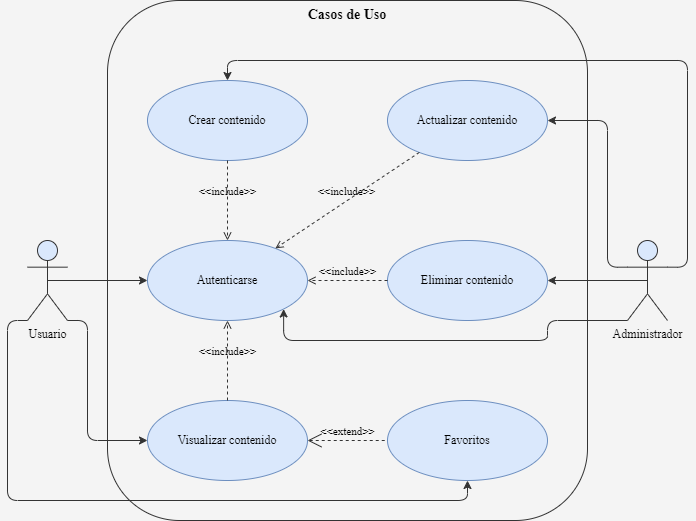
Earlier version of the draw.io export images/casos-de-uso.drawio.png (alexfdb/mythology-explorer). Source tidied: cells renumbered, new cells last; positions are measured from the earlier drawing's top-left corner, leaving out a move shared by most shapes. Source of this version:
```xml
<mxGraphModel background="#F4F4F4">
  <root>
    <mxCell id="0" />
    <mxCell id="1" parent="0" />
    <mxCell id="2" value="Casos de Uso" style="shape=rect;html=1;verticalAlign=top;fontStyle=1;whiteSpace=wrap;align=center;fillColor=none;fontSize=14;fontFamily=Times New Roman;strokeColor=#333333;rounded=1;" parent="1" vertex="1">
      <mxGeometry x="100" width="480" height="520" as="geometry" />
    </mxCell>
    <mxCell id="3" style="edgeStyle=orthogonalEdgeStyle;html=1;exitX=0.5;exitY=0.5;exitDx=0;exitDy=0;exitPerimeter=0;entryX=0;entryY=0.5;entryDx=0;entryDy=0;strokeColor=#333333;" parent="1" edge="1" source="6" target="12">
      <mxGeometry relative="1" as="geometry" />
    </mxCell>
    <mxCell id="4" style="edgeStyle=orthogonalEdgeStyle;html=1;exitX=1;exitY=1;exitDx=0;exitDy=0;exitPerimeter=0;entryX=0;entryY=0.5;entryDx=0;entryDy=0;strokeColor=#333333;" parent="1" edge="1" source="6" target="16">
      <mxGeometry relative="1" as="geometry">
        <Array as="points">
          <mxPoint x="80" y="320" />
          <mxPoint x="80" y="440" />
        </Array>
      </mxGeometry>
    </mxCell>
    <mxCell id="5" style="edgeStyle=orthogonalEdgeStyle;html=1;exitX=0;exitY=1;exitDx=0;exitDy=0;exitPerimeter=0;entryX=0.5;entryY=1;entryDx=0;entryDy=0;strokeColor=#333333;" parent="1" edge="1" source="6" target="17">
      <mxGeometry relative="1" as="geometry">
        <Array as="points">
          <mxPoint y="320" />
          <mxPoint y="500" />
          <mxPoint x="460" y="500" />
        </Array>
      </mxGeometry>
    </mxCell>
    <mxCell id="6" value="Usuario" style="shape=umlActor;html=1;verticalLabelPosition=bottom;verticalAlign=top;align=center;fontFamily=Times New Roman;fillColor=#dae8fc;strokeColor=#333333;rounded=1;" parent="1" vertex="1">
      <mxGeometry x="20" y="240" width="40" height="80" as="geometry" />
    </mxCell>
    <mxCell id="7" style="edgeStyle=orthogonalEdgeStyle;html=1;exitX=0;exitY=1;exitDx=0;exitDy=0;exitPerimeter=0;entryX=1;entryY=1;entryDx=0;entryDy=0;strokeColor=#333333;" parent="1" edge="1" source="11" target="12">
      <mxGeometry relative="1" as="geometry">
        <Array as="points">
          <mxPoint x="540" y="320" />
          <mxPoint x="540" y="340" />
          <mxPoint x="277" y="340" />
        </Array>
      </mxGeometry>
    </mxCell>
    <mxCell id="8" style="edgeStyle=orthogonalEdgeStyle;html=1;exitX=0.5;exitY=0.5;exitDx=0;exitDy=0;exitPerimeter=0;entryX=1;entryY=0.5;entryDx=0;entryDy=0;strokeColor=#333333;" parent="1" edge="1" source="11" target="14">
      <mxGeometry relative="1" as="geometry" />
    </mxCell>
    <mxCell id="9" style="edgeStyle=orthogonalEdgeStyle;html=1;exitX=0;exitY=0.3333333333333333;exitDx=0;exitDy=0;exitPerimeter=0;entryX=1;entryY=0.5;entryDx=0;entryDy=0;strokeColor=#333333;" parent="1" edge="1" source="11" target="15">
      <mxGeometry relative="1" as="geometry">
        <Array as="points">
          <mxPoint x="600" y="267" />
          <mxPoint x="600" y="120" />
        </Array>
      </mxGeometry>
    </mxCell>
    <mxCell id="10" style="edgeStyle=orthogonalEdgeStyle;html=1;exitX=1;exitY=0.3333333333333333;exitDx=0;exitDy=0;exitPerimeter=0;entryX=0.5;entryY=0;entryDx=0;entryDy=0;strokeColor=#333333;" parent="1" edge="1" source="11" target="13">
      <mxGeometry relative="1" as="geometry">
        <Array as="points">
          <mxPoint x="680" y="267" />
          <mxPoint x="680" y="60" />
          <mxPoint x="220" y="60" />
        </Array>
      </mxGeometry>
    </mxCell>
    <mxCell id="11" value="Administrador" style="shape=umlActor;html=1;verticalLabelPosition=bottom;verticalAlign=top;align=center;fontFamily=Times New Roman;fillColor=#dae8fc;strokeColor=#333333;rounded=1;" parent="1" vertex="1">
      <mxGeometry x="620" y="240" width="40" height="80" as="geometry" />
    </mxCell>
    <mxCell id="12" value="Autenticarse" style="ellipse;whiteSpace=wrap;html=1;fontFamily=Times New Roman;fillColor=#dae8fc;strokeColor=#6c8ebf;rounded=1;" parent="1" vertex="1">
      <mxGeometry x="140" y="240" width="160" height="80" as="geometry" />
    </mxCell>
    <mxCell id="13" value="Crear contenido" style="ellipse;whiteSpace=wrap;html=1;fontFamily=Times New Roman;fillColor=#dae8fc;strokeColor=#6c8ebf;rounded=1;" parent="1" vertex="1">
      <mxGeometry x="140" y="80" width="160" height="80" as="geometry" />
    </mxCell>
    <mxCell id="14" value="Eliminar contenido" style="ellipse;whiteSpace=wrap;html=1;fontFamily=Times New Roman;fillColor=#dae8fc;strokeColor=#6c8ebf;rounded=1;" parent="1" vertex="1">
      <mxGeometry x="380" y="240" width="160" height="80" as="geometry" />
    </mxCell>
    <mxCell id="15" value="Actualizar contenido" style="ellipse;whiteSpace=wrap;html=1;fontFamily=Times New Roman;fillColor=#dae8fc;strokeColor=#6c8ebf;rounded=1;" parent="1" vertex="1">
      <mxGeometry x="380" y="80" width="160" height="80" as="geometry" />
    </mxCell>
    <mxCell id="16" value="Visualizar contenido" style="ellipse;whiteSpace=wrap;html=1;fontFamily=Times New Roman;fillColor=#dae8fc;strokeColor=#6c8ebf;rounded=1;" parent="1" vertex="1">
      <mxGeometry x="140" y="400" width="160" height="80" as="geometry" />
    </mxCell>
    <mxCell id="17" value="Favoritos" style="ellipse;whiteSpace=wrap;html=1;fontFamily=Times New Roman;fillColor=#dae8fc;strokeColor=#6c8ebf;rounded=1;" parent="1" vertex="1">
      <mxGeometry x="380" y="400" width="160" height="80" as="geometry" />
    </mxCell>
    <mxCell id="18" value="&amp;lt;&amp;lt;include&amp;gt;&amp;gt;" style="edgeStyle=none;html=1;endArrow=open;verticalAlign=bottom;dashed=1;labelBackgroundColor=none;fontFamily=Times New Roman;strokeColor=#333333;" parent="1" edge="1" source="13" target="12">
      <mxGeometry relative="1" as="geometry" />
    </mxCell>
    <mxCell id="19" value="&amp;lt;&amp;lt;include&amp;gt;&amp;gt;" style="edgeStyle=none;html=1;endArrow=open;verticalAlign=bottom;dashed=1;labelBackgroundColor=none;fontFamily=Times New Roman;strokeColor=#333333;" parent="1" edge="1" source="15" target="12">
      <mxGeometry relative="1" as="geometry" />
    </mxCell>
    <mxCell id="20" value="&amp;lt;&amp;lt;include&amp;gt;&amp;gt;" style="edgeStyle=none;html=1;endArrow=open;verticalAlign=bottom;dashed=1;labelBackgroundColor=none;fontFamily=Times New Roman;strokeColor=#333333;" parent="1" edge="1" source="14" target="12">
      <mxGeometry relative="1" as="geometry" />
    </mxCell>
    <mxCell id="21" value="&amp;lt;&amp;lt;include&amp;gt;&amp;gt;" style="edgeStyle=none;html=1;endArrow=open;verticalAlign=bottom;dashed=1;labelBackgroundColor=none;fontFamily=Times New Roman;strokeColor=#333333;" parent="1" edge="1" source="16" target="12">
      <mxGeometry relative="1" as="geometry" />
    </mxCell>
    <mxCell id="22" value="&amp;lt;&amp;lt;extend&amp;gt;&amp;gt;" style="edgeStyle=none;html=1;startArrow=open;endArrow=none;startSize=12;verticalAlign=bottom;dashed=1;labelBackgroundColor=none;fontFamily=Times New Roman;strokeColor=#333333;" parent="1" edge="1" source="16" target="17">
      <mxGeometry relative="1" as="geometry" />
    </mxCell>
  </root>
</mxGraphModel>
```
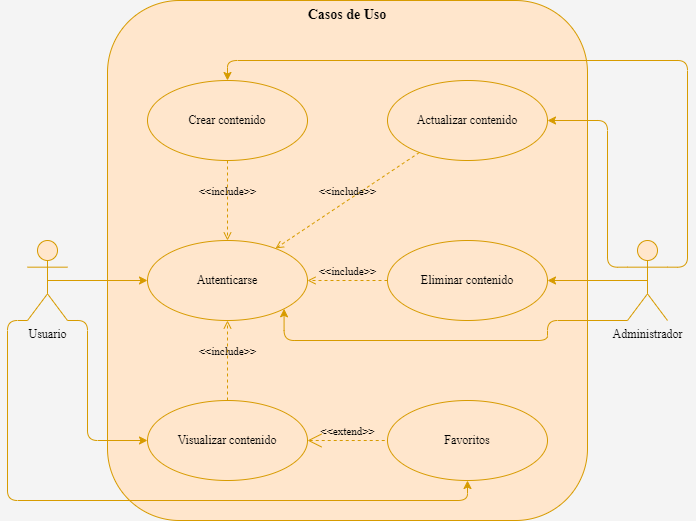
The same file after the commit.

Diff of the diagram source:
```diff
@@ -2,13 +2,13 @@
   <root>
     <mxCell id="0" />
     <mxCell id="1" parent="0" />
-    <mxCell id="2" value="Casos de Uso" style="shape=rect;html=1;verticalAlign=top;fontStyle=1;whiteSpace=wrap;align=center;fillColor=none;fontSize=14;fontFamily=Times New Roman;strokeColor=#333333;rounded=1;" parent="1" vertex="1">
+    <mxCell id="2" value="Casos de Uso" style="shape=rect;html=1;verticalAlign=top;fontStyle=1;whiteSpace=wrap;align=center;fillColor=#ffe6cc;fontSize=14;fontFamily=Times New Roman;strokeColor=#d79b00;rounded=1;" parent="1" vertex="1">
       <mxGeometry x="100" width="480" height="520" as="geometry" />
     </mxCell>
-    <mxCell id="3" style="edgeStyle=orthogonalEdgeStyle;html=1;exitX=0.5;exitY=0.5;exitDx=0;exitDy=0;exitPerimeter=0;entryX=0;entryY=0.5;entryDx=0;entryDy=0;strokeColor=#333333;" parent="1" edge="1" source="6" target="12">
+    <mxCell id="3" style="edgeStyle=orthogonalEdgeStyle;html=1;exitX=0.5;exitY=0.5;exitDx=0;exitDy=0;exitPerimeter=0;entryX=0;entryY=0.5;entryDx=0;entryDy=0;strokeColor=#d79b00;fillColor=#ffe6cc;" parent="1" edge="1" source="6" target="12">
       <mxGeometry relative="1" as="geometry" />
     </mxCell>
-    <mxCell id="4" style="edgeStyle=orthogonalEdgeStyle;html=1;exitX=1;exitY=1;exitDx=0;exitDy=0;exitPerimeter=0;entryX=0;entryY=0.5;entryDx=0;entryDy=0;strokeColor=#333333;" parent="1" edge="1" source="6" target="16">
+    <mxCell id="4" style="edgeStyle=orthogonalEdgeStyle;html=1;exitX=1;exitY=1;exitDx=0;exitDy=0;exitPerimeter=0;entryX=0;entryY=0.5;entryDx=0;entryDy=0;strokeColor=#d79b00;fillColor=#ffe6cc;" parent="1" edge="1" source="6" target="16">
       <mxGeometry relative="1" as="geometry">
         <Array as="points">
           <mxPoint x="80" y="320" />
@@ -16,7 +16,7 @@
         </Array>
       </mxGeometry>
     </mxCell>
-    <mxCell id="5" style="edgeStyle=orthogonalEdgeStyle;html=1;exitX=0;exitY=1;exitDx=0;exitDy=0;exitPerimeter=0;entryX=0.5;entryY=1;entryDx=0;entryDy=0;strokeColor=#333333;" parent="1" edge="1" source="6" target="17">
+    <mxCell id="5" style="edgeStyle=orthogonalEdgeStyle;html=1;exitX=0;exitY=1;exitDx=0;exitDy=0;exitPerimeter=0;entryX=0.5;entryY=1;entryDx=0;entryDy=0;strokeColor=#d79b00;fillColor=#ffe6cc;" parent="1" edge="1" source="6" target="17">
       <mxGeometry relative="1" as="geometry">
         <Array as="points">
           <mxPoint y="320" />
@@ -25,10 +25,10 @@
         </Array>
       </mxGeometry>
     </mxCell>
-    <mxCell id="6" value="Usuario" style="shape=umlActor;html=1;verticalLabelPosition=bottom;verticalAlign=top;align=center;fontFamily=Times New Roman;fillColor=#dae8fc;strokeColor=#333333;rounded=1;" parent="1" vertex="1">
+    <mxCell id="6" value="Usuario" style="shape=umlActor;html=1;verticalLabelPosition=bottom;verticalAlign=top;align=center;fontFamily=Times New Roman;fillColor=#ffe6cc;strokeColor=#d79b00;rounded=1;" parent="1" vertex="1">
       <mxGeometry x="20" y="240" width="40" height="80" as="geometry" />
     </mxCell>
-    <mxCell id="7" style="edgeStyle=orthogonalEdgeStyle;html=1;exitX=0;exitY=1;exitDx=0;exitDy=0;exitPerimeter=0;entryX=1;entryY=1;entryDx=0;entryDy=0;strokeColor=#333333;" parent="1" edge="1" source="11" target="12">
+    <mxCell id="7" style="edgeStyle=orthogonalEdgeStyle;html=1;exitX=0;exitY=1;exitDx=0;exitDy=0;exitPerimeter=0;entryX=1;entryY=1;entryDx=0;entryDy=0;strokeColor=#d79b00;fillColor=#ffe6cc;" parent="1" edge="1" source="11" target="12">
       <mxGeometry relative="1" as="geometry">
         <Array as="points">
           <mxPoint x="540" y="320" />
@@ -37,10 +37,10 @@
         </Array>
       </mxGeometry>
     </mxCell>
-    <mxCell id="8" style="edgeStyle=orthogonalEdgeStyle;html=1;exitX=0.5;exitY=0.5;exitDx=0;exitDy=0;exitPerimeter=0;entryX=1;entryY=0.5;entryDx=0;entryDy=0;strokeColor=#333333;" parent="1" edge="1" source="11" target="14">
+    <mxCell id="8" style="edgeStyle=orthogonalEdgeStyle;html=1;exitX=0.5;exitY=0.5;exitDx=0;exitDy=0;exitPerimeter=0;entryX=1;entryY=0.5;entryDx=0;entryDy=0;strokeColor=#d79b00;fillColor=#ffe6cc;" parent="1" edge="1" source="11" target="14">
       <mxGeometry relative="1" as="geometry" />
     </mxCell>
-    <mxCell id="9" style="edgeStyle=orthogonalEdgeStyle;html=1;exitX=0;exitY=0.3333333333333333;exitDx=0;exitDy=0;exitPerimeter=0;entryX=1;entryY=0.5;entryDx=0;entryDy=0;strokeColor=#333333;" parent="1" edge="1" source="11" target="15">
+    <mxCell id="9" style="edgeStyle=orthogonalEdgeStyle;html=1;exitX=0;exitY=0.3333333333333333;exitDx=0;exitDy=0;exitPerimeter=0;entryX=1;entryY=0.5;entryDx=0;entryDy=0;strokeColor=#d79b00;fillColor=#ffe6cc;" parent="1" edge="1" source="11" target="15">
       <mxGeometry relative="1" as="geometry">
         <Array as="points">
           <mxPoint x="600" y="267" />
@@ -48,7 +48,7 @@
         </Array>
       </mxGeometry>
     </mxCell>
-    <mxCell id="10" style="edgeStyle=orthogonalEdgeStyle;html=1;exitX=1;exitY=0.3333333333333333;exitDx=0;exitDy=0;exitPerimeter=0;entryX=0.5;entryY=0;entryDx=0;entryDy=0;strokeColor=#333333;" parent="1" edge="1" source="11" target="13">
+    <mxCell id="10" style="edgeStyle=orthogonalEdgeStyle;html=1;exitX=1;exitY=0.3333333333333333;exitDx=0;exitDy=0;exitPerimeter=0;entryX=0.5;entryY=0;entryDx=0;entryDy=0;strokeColor=#d79b00;fillColor=#ffe6cc;" parent="1" edge="1" source="11" target="13">
       <mxGeometry relative="1" as="geometry">
         <Array as="points">
           <mxPoint x="680" y="267" />
@@ -57,40 +57,40 @@
         </Array>
       </mxGeometry>
     </mxCell>
-    <mxCell id="11" value="Administrador" style="shape=umlActor;html=1;verticalLabelPosition=bottom;verticalAlign=top;align=center;fontFamily=Times New Roman;fillColor=#dae8fc;strokeColor=#333333;rounded=1;" parent="1" vertex="1">
+    <mxCell id="11" value="Administrador" style="shape=umlActor;html=1;verticalLabelPosition=bottom;verticalAlign=top;align=center;fontFamily=Times New Roman;fillColor=#ffe6cc;strokeColor=#d79b00;rounded=1;" parent="1" vertex="1">
       <mxGeometry x="620" y="240" width="40" height="80" as="geometry" />
     </mxCell>
-    <mxCell id="12" value="Autenticarse" style="ellipse;whiteSpace=wrap;html=1;fontFamily=Times New Roman;fillColor=#dae8fc;strokeColor=#6c8ebf;rounded=1;" parent="1" vertex="1">
+    <mxCell id="12" value="Autenticarse" style="ellipse;whiteSpace=wrap;html=1;fontFamily=Times New Roman;fillColor=#ffe6cc;strokeColor=#d79b00;rounded=1;" parent="1" vertex="1">
       <mxGeometry x="140" y="240" width="160" height="80" as="geometry" />
     </mxCell>
-    <mxCell id="13" value="Crear contenido" style="ellipse;whiteSpace=wrap;html=1;fontFamily=Times New Roman;fillColor=#dae8fc;strokeColor=#6c8ebf;rounded=1;" parent="1" vertex="1">
+    <mxCell id="13" value="Crear contenido" style="ellipse;whiteSpace=wrap;html=1;fontFamily=Times New Roman;fillColor=#ffe6cc;strokeColor=#d79b00;rounded=1;" parent="1" vertex="1">
       <mxGeometry x="140" y="80" width="160" height="80" as="geometry" />
     </mxCell>
-    <mxCell id="14" value="Eliminar contenido" style="ellipse;whiteSpace=wrap;html=1;fontFamily=Times New Roman;fillColor=#dae8fc;strokeColor=#6c8ebf;rounded=1;" parent="1" vertex="1">
+    <mxCell id="14" value="Eliminar contenido" style="ellipse;whiteSpace=wrap;html=1;fontFamily=Times New Roman;fillColor=#ffe6cc;strokeColor=#d79b00;rounded=1;" parent="1" vertex="1">
       <mxGeometry x="380" y="240" width="160" height="80" as="geometry" />
     </mxCell>
-    <mxCell id="15" value="Actualizar contenido" style="ellipse;whiteSpace=wrap;html=1;fontFamily=Times New Roman;fillColor=#dae8fc;strokeColor=#6c8ebf;rounded=1;" parent="1" vertex="1">
+    <mxCell id="15" value="Actualizar contenido" style="ellipse;whiteSpace=wrap;html=1;fontFamily=Times New Roman;fillColor=#ffe6cc;strokeColor=#d79b00;rounded=1;" parent="1" vertex="1">
       <mxGeometry x="380" y="80" width="160" height="80" as="geometry" />
     </mxCell>
-    <mxCell id="16" value="Visualizar contenido" style="ellipse;whiteSpace=wrap;html=1;fontFamily=Times New Roman;fillColor=#dae8fc;strokeColor=#6c8ebf;rounded=1;" parent="1" vertex="1">
+    <mxCell id="16" value="Visualizar contenido" style="ellipse;whiteSpace=wrap;html=1;fontFamily=Times New Roman;fillColor=#ffe6cc;strokeColor=#d79b00;rounded=1;" parent="1" vertex="1">
       <mxGeometry x="140" y="400" width="160" height="80" as="geometry" />
     </mxCell>
-    <mxCell id="17" value="Favoritos" style="ellipse;whiteSpace=wrap;html=1;fontFamily=Times New Roman;fillColor=#dae8fc;strokeColor=#6c8ebf;rounded=1;" parent="1" vertex="1">
+    <mxCell id="17" value="Favoritos" style="ellipse;whiteSpace=wrap;html=1;fontFamily=Times New Roman;fillColor=#ffe6cc;strokeColor=#d79b00;rounded=1;" parent="1" vertex="1">
       <mxGeometry x="380" y="400" width="160" height="80" as="geometry" />
     </mxCell>
-    <mxCell id="18" value="&amp;lt;&amp;lt;include&amp;gt;&amp;gt;" style="edgeStyle=none;html=1;endArrow=open;verticalAlign=bottom;dashed=1;labelBackgroundColor=none;fontFamily=Times New Roman;strokeColor=#333333;" parent="1" edge="1" source="13" target="12">
+    <mxCell id="18" value="&amp;lt;&amp;lt;include&amp;gt;&amp;gt;" style="edgeStyle=none;html=1;endArrow=open;verticalAlign=bottom;dashed=1;labelBackgroundColor=none;fontFamily=Times New Roman;strokeColor=#d79b00;fillColor=#ffe6cc;" parent="1" edge="1" source="13" target="12">
       <mxGeometry relative="1" as="geometry" />
     </mxCell>
-    <mxCell id="19" value="&amp;lt;&amp;lt;include&amp;gt;&amp;gt;" style="edgeStyle=none;html=1;endArrow=open;verticalAlign=bottom;dashed=1;labelBackgroundColor=none;fontFamily=Times New Roman;strokeColor=#333333;" parent="1" edge="1" source="15" target="12">
+    <mxCell id="19" value="&amp;lt;&amp;lt;include&amp;gt;&amp;gt;" style="edgeStyle=none;html=1;endArrow=open;verticalAlign=bottom;dashed=1;labelBackgroundColor=none;fontFamily=Times New Roman;strokeColor=#d79b00;fillColor=#ffe6cc;" parent="1" edge="1" source="15" target="12">
       <mxGeometry relative="1" as="geometry" />
     </mxCell>
-    <mxCell id="20" value="&amp;lt;&amp;lt;include&amp;gt;&amp;gt;" style="edgeStyle=none;html=1;endArrow=open;verticalAlign=bottom;dashed=1;labelBackgroundColor=none;fontFamily=Times New Roman;strokeColor=#333333;" parent="1" edge="1" source="14" target="12">
+    <mxCell id="20" value="&amp;lt;&amp;lt;include&amp;gt;&amp;gt;" style="edgeStyle=none;html=1;endArrow=open;verticalAlign=bottom;dashed=1;labelBackgroundColor=none;fontFamily=Times New Roman;strokeColor=#d79b00;fillColor=#ffe6cc;" parent="1" edge="1" source="14" target="12">
       <mxGeometry relative="1" as="geometry" />
     </mxCell>
-    <mxCell id="21" value="&amp;lt;&amp;lt;include&amp;gt;&amp;gt;" style="edgeStyle=none;html=1;endArrow=open;verticalAlign=bottom;dashed=1;labelBackgroundColor=none;fontFamily=Times New Roman;strokeColor=#333333;" parent="1" edge="1" source="16" target="12">
+    <mxCell id="21" value="&amp;lt;&amp;lt;include&amp;gt;&amp;gt;" style="edgeStyle=none;html=1;endArrow=open;verticalAlign=bottom;dashed=1;labelBackgroundColor=none;fontFamily=Times New Roman;strokeColor=#d79b00;fillColor=#ffe6cc;" parent="1" edge="1" source="16" target="12">
       <mxGeometry relative="1" as="geometry" />
     </mxCell>
-    <mxCell id="22" value="&amp;lt;&amp;lt;extend&amp;gt;&amp;gt;" style="edgeStyle=none;html=1;startArrow=open;endArrow=none;startSize=12;verticalAlign=bottom;dashed=1;labelBackgroundColor=none;fontFamily=Times New Roman;strokeColor=#333333;" parent="1" edge="1" source="16" target="17">
+    <mxCell id="22" value="&amp;lt;&amp;lt;extend&amp;gt;&amp;gt;" style="edgeStyle=none;html=1;startArrow=open;endArrow=none;startSize=12;verticalAlign=bottom;dashed=1;labelBackgroundColor=none;fontFamily=Times New Roman;strokeColor=#d79b00;fillColor=#ffe6cc;" parent="1" edge="1" source="16" target="17">
       <mxGeometry relative="1" as="geometry" />
     </mxCell>
   </root>
```
